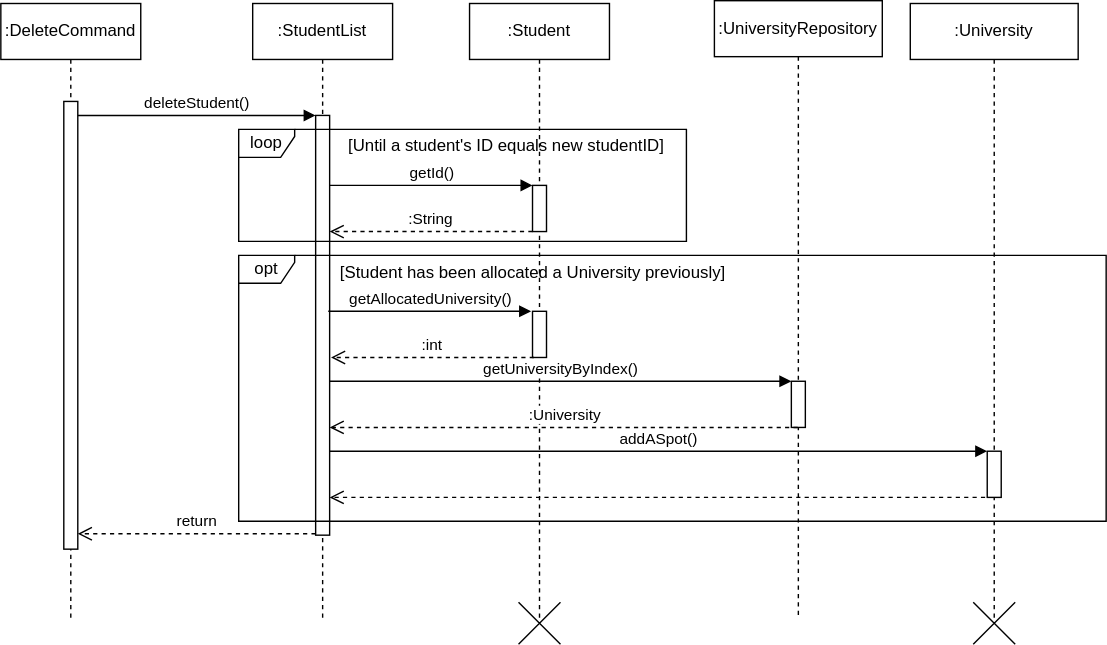
The draw.io diagram docs/UML_Diagrams/DeleteCommand.drawio.svg in paulktham/tp, before a commit. Source tidied: cells renumbered, new cells last; positions are measured from the earlier drawing's top-left corner, leaving out a move shared by most shapes. The source it was exported from:
```xml
<mxGraphModel>
  <root>
    <mxCell id="0" />
    <mxCell id="1" parent="0" />
    <mxCell id="2" value=":DeleteCommand" style="shape=umlLifeline;perimeter=lifelinePerimeter;whiteSpace=wrap;html=1;newEdgeStyle={&quot;edgeStyle&quot;:&quot;elbowEdgeStyle&quot;,&quot;elbow&quot;:&quot;vertical&quot;,&quot;curved&quot;:0,&quot;rounded&quot;:0};" parent="1" vertex="1">
      <mxGeometry y="2" width="100" height="440" as="geometry" />
    </mxCell>
    <mxCell id="3" style="html=1;points=[];perimeter=orthogonalPerimeter;outlineConnect=0;targetShapes=umlLifeline;portConstraint=eastwest;newEdgeStyle={&quot;edgeStyle&quot;:&quot;elbowEdgeStyle&quot;,&quot;elbow&quot;:&quot;vertical&quot;,&quot;curved&quot;:0,&quot;rounded&quot;:0};" parent="2" vertex="1">
      <mxGeometry x="45" y="70" width="10" height="320" as="geometry" />
    </mxCell>
    <mxCell id="4" value=":StudentList" style="shape=umlLifeline;perimeter=lifelinePerimeter;whiteSpace=wrap;html=1;newEdgeStyle={&quot;edgeStyle&quot;:&quot;elbowEdgeStyle&quot;,&quot;elbow&quot;:&quot;vertical&quot;,&quot;curved&quot;:0,&quot;rounded&quot;:0};" parent="1" vertex="1">
      <mxGeometry x="180" y="2" width="100" height="440" as="geometry" />
    </mxCell>
    <mxCell id="5" style="html=1;points=[];perimeter=orthogonalPerimeter;outlineConnect=0;targetShapes=umlLifeline;portConstraint=eastwest;newEdgeStyle={&quot;edgeStyle&quot;:&quot;elbowEdgeStyle&quot;,&quot;elbow&quot;:&quot;vertical&quot;,&quot;curved&quot;:0,&quot;rounded&quot;:0};" parent="4" vertex="1">
      <mxGeometry x="45" y="80" width="10" height="300" as="geometry" />
    </mxCell>
    <mxCell id="6" value="deleteStudent()" style="html=1;verticalAlign=bottom;endArrow=block;edgeStyle=elbowEdgeStyle;elbow=vertical;curved=0;rounded=0;" parent="1" edge="1" source="3" target="5">
      <mxGeometry relative="1" as="geometry">
        <Array as="points">
          <mxPoint x="140" y="82" />
        </Array>
      </mxGeometry>
    </mxCell>
    <mxCell id="7" value="return" style="html=1;verticalAlign=bottom;endArrow=open;dashed=1;endSize=8;edgeStyle=elbowEdgeStyle;elbow=vertical;curved=0;rounded=0;" parent="1" edge="1">
      <mxGeometry relative="1" as="geometry">
        <mxPoint x="225" y="381" as="sourcePoint" />
        <mxPoint x="55" y="381" as="targetPoint" />
        <Array as="points">
          <mxPoint x="150" y="381" />
        </Array>
      </mxGeometry>
    </mxCell>
    <mxCell id="8" value=":Student" style="shape=umlLifeline;perimeter=lifelinePerimeter;whiteSpace=wrap;html=1;newEdgeStyle={&quot;edgeStyle&quot;:&quot;elbowEdgeStyle&quot;,&quot;elbow&quot;:&quot;vertical&quot;,&quot;curved&quot;:0,&quot;rounded&quot;:0};" parent="1" vertex="1">
      <mxGeometry x="335" y="2" width="100" height="440" as="geometry" />
    </mxCell>
    <mxCell id="9" style="html=1;perimeter=orthogonalPerimeter;targetShapes=umlLifeline;newEdgeStyle={&quot;edgeStyle&quot;:&quot;elbowEdgeStyle&quot;,&quot;elbow&quot;:&quot;vertical&quot;,&quot;curved&quot;:0,&quot;rounded&quot;:0};" parent="8" vertex="1">
      <mxGeometry x="45" y="130" width="10" height="33" as="geometry" />
    </mxCell>
    <mxCell id="10" value="getId()" style="html=1;verticalAlign=bottom;endArrow=block;edgeStyle=elbowEdgeStyle;elbow=vertical;curved=0;rounded=0;" parent="8" edge="1">
      <mxGeometry relative="1" as="geometry">
        <mxPoint x="-100" y="130" as="sourcePoint" />
        <mxPoint x="45" y="130" as="targetPoint" />
        <Array as="points">
          <mxPoint x="-40" y="130" />
        </Array>
      </mxGeometry>
    </mxCell>
    <mxCell id="11" value="loop" style="shape=umlFrame;whiteSpace=wrap;html=1;width=40;height=20;" parent="1" vertex="1">
      <mxGeometry x="170" y="92" width="320" height="80" as="geometry" />
    </mxCell>
    <mxCell id="12" value=":String" style="html=1;verticalAlign=bottom;endArrow=open;dashed=1;endSize=8;edgeStyle=elbowEdgeStyle;elbow=vertical;curved=0;rounded=0;" parent="11" edge="1">
      <mxGeometry relative="1" as="geometry">
        <mxPoint x="210" y="73" as="sourcePoint" />
        <mxPoint x="65" y="73" as="targetPoint" />
        <Array as="points">
          <mxPoint x="160" y="73" />
        </Array>
      </mxGeometry>
    </mxCell>
    <mxCell id="13" value="[Until a student's ID equals new studentID]" style="text;html=1;align=center;verticalAlign=middle;strokeColor=none;fillColor=none;" parent="1" vertex="1">
      <mxGeometry x="236" y="89" width="250" height="30" as="geometry" />
    </mxCell>
    <mxCell id="14" value="opt" style="shape=umlFrame;whiteSpace=wrap;html=1;width=40;height=20;" parent="1" vertex="1">
      <mxGeometry x="170" y="182" width="620" height="190" as="geometry" />
    </mxCell>
    <mxCell id="15" value="[Student has been allocated a University previously]" style="text;html=1;align=center;verticalAlign=middle;strokeColor=none;fillColor=none;" parent="14" vertex="1">
      <mxGeometry x="60" y="-2" width="300" height="30" as="geometry" />
    </mxCell>
    <mxCell id="16" style="html=1;perimeter=orthogonalPerimeter;targetShapes=umlLifeline;newEdgeStyle={&quot;edgeStyle&quot;:&quot;elbowEdgeStyle&quot;,&quot;elbow&quot;:&quot;vertical&quot;,&quot;curved&quot;:0,&quot;rounded&quot;:0};" parent="14" vertex="1">
      <mxGeometry x="210" y="40" width="10" height="33" as="geometry" />
    </mxCell>
    <mxCell id="17" value="getAllocatedUniversity()" style="html=1;verticalAlign=bottom;endArrow=block;edgeStyle=elbowEdgeStyle;elbow=vertical;curved=0;rounded=0;" parent="14" edge="1">
      <mxGeometry relative="1" as="geometry">
        <mxPoint x="64" y="40" as="sourcePoint" />
        <mxPoint x="209" y="40" as="targetPoint" />
        <Array as="points">
          <mxPoint x="124" y="40" />
        </Array>
      </mxGeometry>
    </mxCell>
    <mxCell id="18" value=":int" style="html=1;verticalAlign=bottom;endArrow=open;dashed=1;endSize=8;edgeStyle=elbowEdgeStyle;elbow=vertical;curved=0;rounded=0;" parent="14" edge="1">
      <mxGeometry relative="1" as="geometry">
        <mxPoint x="211" y="73" as="sourcePoint" />
        <mxPoint x="66" y="73" as="targetPoint" />
        <Array as="points">
          <mxPoint x="161" y="73" />
        </Array>
      </mxGeometry>
    </mxCell>
    <mxCell id="19" value=":UniversityRepository" style="shape=umlLifeline;perimeter=lifelinePerimeter;whiteSpace=wrap;html=1;newEdgeStyle={&quot;edgeStyle&quot;:&quot;elbowEdgeStyle&quot;,&quot;elbow&quot;:&quot;vertical&quot;,&quot;curved&quot;:0,&quot;rounded&quot;:0};" parent="14" vertex="1">
      <mxGeometry x="340" y="-182" width="120" height="442" as="geometry" />
    </mxCell>
    <mxCell id="20" style="html=1;points=[];perimeter=orthogonalPerimeter;outlineConnect=0;targetShapes=umlLifeline;portConstraint=eastwest;newEdgeStyle={&quot;edgeStyle&quot;:&quot;elbowEdgeStyle&quot;,&quot;elbow&quot;:&quot;vertical&quot;,&quot;curved&quot;:0,&quot;rounded&quot;:0};" parent="19" vertex="1">
      <mxGeometry x="55" y="272" width="10" height="33" as="geometry" />
    </mxCell>
    <mxCell id="21" value=":University" style="html=1;verticalAlign=bottom;endArrow=open;dashed=1;endSize=8;edgeStyle=elbowEdgeStyle;elbow=vertical;curved=0;rounded=0;" parent="14" edge="1">
      <mxGeometry relative="1" as="geometry">
        <mxPoint x="399.5" y="123" as="sourcePoint" />
        <mxPoint x="65" y="123" as="targetPoint" />
        <Array as="points">
          <mxPoint x="160" y="123" />
        </Array>
      </mxGeometry>
    </mxCell>
    <mxCell id="22" value="addASpot()" style="html=1;verticalAlign=bottom;endArrow=block;edgeStyle=elbowEdgeStyle;elbow=vertical;curved=0;rounded=0;" parent="14" edge="1" target="26">
      <mxGeometry relative="1" as="geometry">
        <mxPoint x="65" y="140" as="sourcePoint" />
        <Array as="points">
          <mxPoint x="130" y="140" />
        </Array>
      </mxGeometry>
    </mxCell>
    <mxCell id="23" style="html=1;verticalAlign=bottom;endArrow=open;dashed=1;endSize=8;edgeStyle=elbowEdgeStyle;elbow=vertical;curved=0;rounded=0;" parent="14" edge="1">
      <mxGeometry relative="1" as="geometry">
        <mxPoint x="539.5" y="173" as="sourcePoint" />
        <mxPoint x="65" y="173" as="targetPoint" />
        <Array as="points">
          <mxPoint x="160" y="173" />
        </Array>
      </mxGeometry>
    </mxCell>
    <mxCell id="24" value="getUniversityByIndex()" style="html=1;verticalAlign=bottom;endArrow=block;edgeStyle=elbowEdgeStyle;elbow=vertical;curved=0;rounded=0;" parent="1" edge="1" source="5" target="20">
      <mxGeometry relative="1" as="geometry">
        <Array as="points">
          <mxPoint x="300" y="272" />
        </Array>
      </mxGeometry>
    </mxCell>
    <mxCell id="25" value=":University" style="shape=umlLifeline;perimeter=lifelinePerimeter;whiteSpace=wrap;html=1;newEdgeStyle={&quot;edgeStyle&quot;:&quot;elbowEdgeStyle&quot;,&quot;elbow&quot;:&quot;vertical&quot;,&quot;curved&quot;:0,&quot;rounded&quot;:0};" parent="1" vertex="1">
      <mxGeometry x="650" y="2" width="120" height="440" as="geometry" />
    </mxCell>
    <mxCell id="26" style="html=1;points=[];perimeter=orthogonalPerimeter;outlineConnect=0;targetShapes=umlLifeline;portConstraint=eastwest;newEdgeStyle={&quot;edgeStyle&quot;:&quot;elbowEdgeStyle&quot;,&quot;elbow&quot;:&quot;vertical&quot;,&quot;curved&quot;:0,&quot;rounded&quot;:0};" parent="25" vertex="1">
      <mxGeometry x="55" y="320" width="10" height="33" as="geometry" />
    </mxCell>
    <mxCell id="27" style="shape=umlDestroy;html=1;" parent="1" vertex="1">
      <mxGeometry x="370" y="430" width="30" height="30" as="geometry" />
    </mxCell>
    <mxCell id="28" style="shape=umlDestroy;html=1;" parent="1" vertex="1">
      <mxGeometry x="695" y="430" width="30" height="30" as="geometry" />
    </mxCell>
  </root>
</mxGraphModel>
```
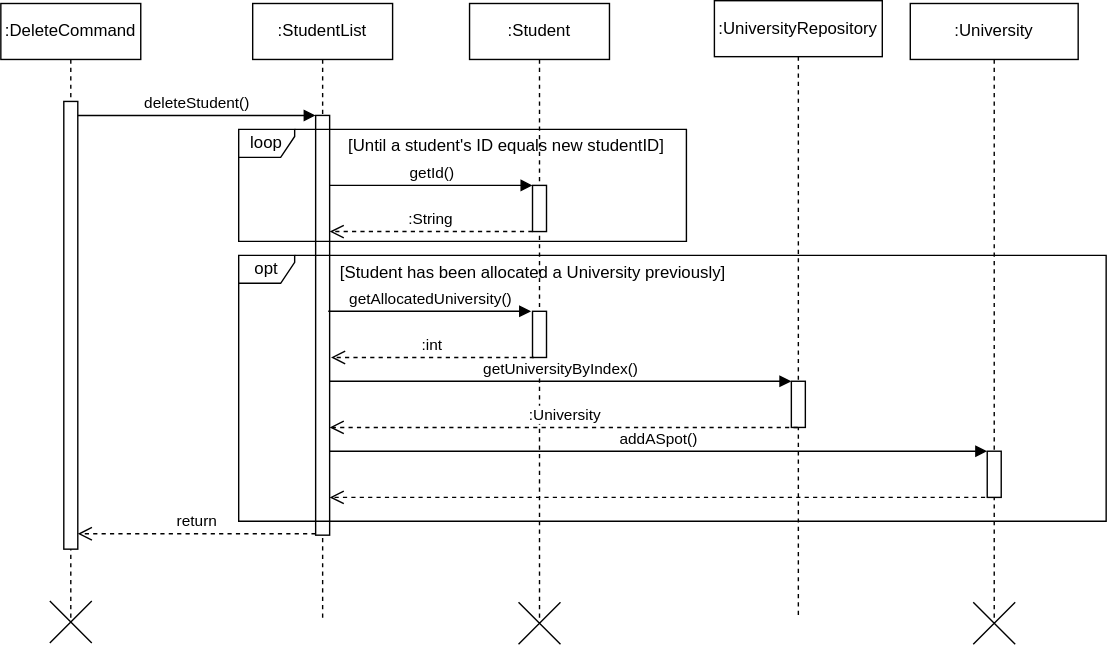
The same diagram one commit later.

What changed in the source:
```diff
@@ -138,5 +138,8 @@
     <mxCell id="28" style="shape=umlDestroy;html=1;" parent="1" vertex="1">
       <mxGeometry x="695" y="430" width="30" height="30" as="geometry" />
     </mxCell>
+    <mxCell id="29" style="shape=umlDestroy;html=1;" parent="1" vertex="1">
+      <mxGeometry x="35" y="429" width="30" height="30" as="geometry" />
+    </mxCell>
   </root>
 </mxGraphModel>
```
